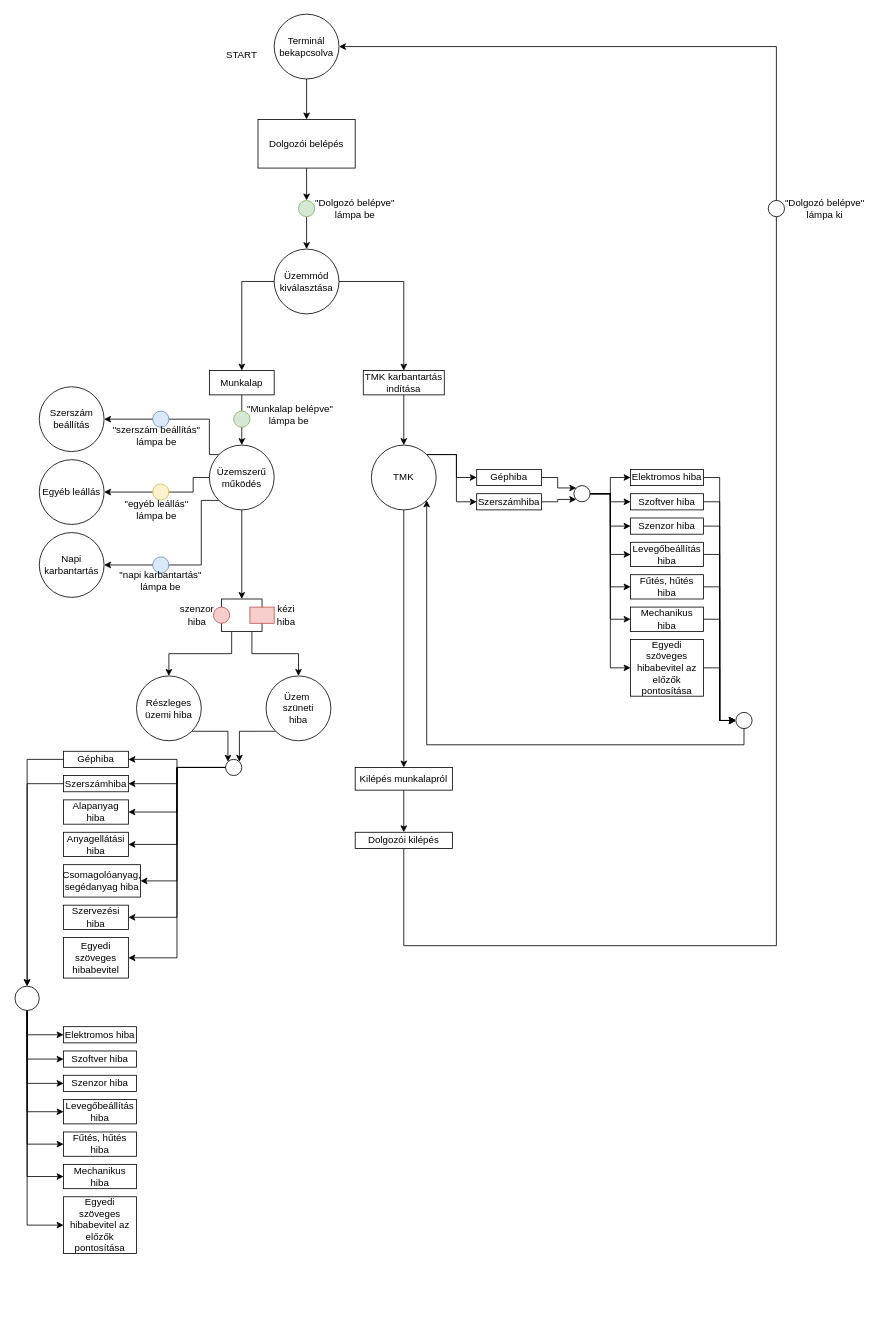
This is mesterminal_flowchart.drawio from KerteszZoltan/mesterminal, a draw.io file, before an edit. Source tidied: cells renumbered, new cells numbered last; positions are measured from the earlier drawing's top-left corner, leaving out a move shared by most shapes. Both pictures are drawn from the tidied source at 81%, with x=0, y=0 at pixel (15, 14).
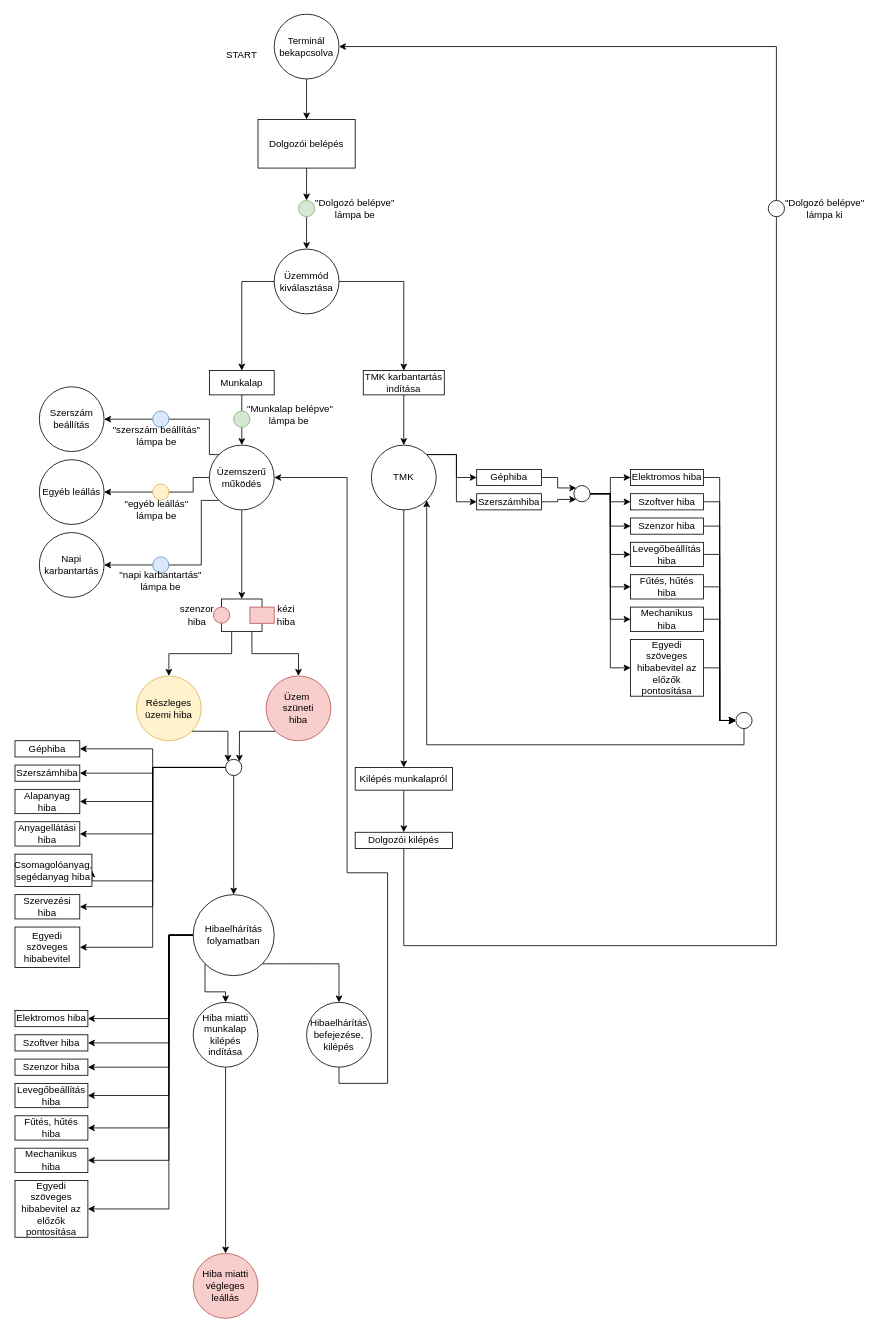
After the change.

Commit message:
error branch finished

Unchanged cells that the change refers to:
```xml
<mxCell id="60" value="Üzemszerű működés" style="ellipse;whiteSpace=wrap;html=1;" parent="1" vertex="1">
  <mxGeometry x="240" y="532" width="80" height="80" as="geometry" />
</mxCell>
<mxCell id="89" style="ellipse;whiteSpace=wrap;html=1;" parent="1" vertex="1">
  <mxGeometry x="260" y="920" width="20" height="20" as="geometry" />
</mxCell>
```

The edit, as a diff of the source:
```diff
@@
-    <mxCell id="79" value="Részleges üzemi&amp;nbsp;hiba" style="ellipse;whiteSpace=wrap;html=1;" parent="1" vertex="1">
+    <mxCell id="79" value="Részleges üzemi&amp;nbsp;hiba" style="ellipse;whiteSpace=wrap;html=1;fillColor=#fff2cc;strokeColor=#d6b656;" parent="1" vertex="1">
       <mxGeometry x="150" y="817" width="80" height="80" as="geometry" />
     </mxCell>
@@
-    <mxCell id="81" value="Üzem&amp;nbsp;&lt;br&gt;szüneti&lt;br&gt;hiba" style="ellipse;whiteSpace=wrap;html=1;" parent="1" vertex="1">
+    <mxCell id="81" value="Üzem&amp;nbsp;&lt;br&gt;szüneti&lt;br&gt;hiba" style="ellipse;whiteSpace=wrap;html=1;fillColor=#f8cecc;strokeColor=#b85450;" parent="1" vertex="1">
       <mxGeometry x="310" y="817" width="80" height="80" as="geometry" />
     </mxCell>
@@
     <mxCell id="86" style="edgeStyle=orthogonalEdgeStyle;rounded=0;jettySize=auto;html=1;exitX=0;exitY=0.5;exitDx=0;exitDy=0;entryX=1;entryY=0.5;entryDx=0;entryDy=0;" parent="1" edge="1" source="89" target="103">
       <mxGeometry relative="1" as="geometry">
         <Array as="points">
-          <mxPoint x="200" y="930" />
-          <mxPoint x="200" y="1070" />
+          <mxPoint x="170" y="930" />
+          <mxPoint x="170" y="1070" />
+          <mxPoint x="95" y="1070" />
         </Array>
       </mxGeometry>
     </mxCell>
@@
+    <mxCell id="114" style="edgeStyle=orthogonalEdgeStyle;rounded=0;jettySize=auto;html=1;exitX=0.5;exitY=1;exitDx=0;exitDy=0;entryX=0.5;entryY=0;entryDx=0;entryDy=0;" parent="1" edge="1" source="89" target="124">
+      <mxGeometry relative="1" as="geometry" />
+    </mxCell>
@@
-    <mxCell id="90" style="edgeStyle=orthogonalEdgeStyle;rounded=0;jettySize=auto;html=1;exitX=0;exitY=0.5;exitDx=0;exitDy=0;entryX=0.5;entryY=0;entryDx=0;entryDy=0;" parent="1" edge="1" source="91" target="113">
-      <mxGeometry relative="1" as="geometry" />
-    </mxCell>
     <mxCell id="91" value="Géphiba" style="rounded=0;whiteSpace=wrap;html=1;" parent="1" vertex="1">
-      <mxGeometry x="60" y="910" width="80" height="20" as="geometry" />
+      <mxGeometry y="897" width="80" height="20" as="geometry" />
     </mxCell>
-    <mxCell id="92" style="edgeStyle=orthogonalEdgeStyle;rounded=0;jettySize=auto;html=1;exitX=0;exitY=0.5;exitDx=0;exitDy=0;entryX=0.5;entryY=0;entryDx=0;entryDy=0;" parent="1" edge="1" source="93" target="113">
-      <mxGeometry relative="1" as="geometry" />
-    </mxCell>
     <mxCell id="93" value="Szerszámhiba" style="rounded=0;whiteSpace=wrap;html=1;" parent="1" vertex="1">
-      <mxGeometry x="60" y="940" width="80" height="20" as="geometry" />
+      <mxGeometry y="927" width="80" height="20" as="geometry" />
     </mxCell>
     <mxCell id="94" value="Elektromos hiba" style="rounded=0;whiteSpace=wrap;html=1;" parent="1" vertex="1">
-      <mxGeometry x="60" y="1250" width="90" height="20" as="geometry" />
+      <mxGeometry y="1230" width="90" height="20" as="geometry" />
     </mxCell>
     <mxCell id="95" value="Levegőbeállítás&lt;br&gt;hiba" style="rounded=0;whiteSpace=wrap;html=1;" parent="1" vertex="1">
-      <mxGeometry x="60" y="1340" width="90" height="30" as="geometry" />
+      <mxGeometry y="1320" width="90" height="30" as="geometry" />
     </mxCell>
     <mxCell id="96" value="Szoftver hiba" style="rounded=0;whiteSpace=wrap;html=1;" parent="1" vertex="1">
-      <mxGeometry x="60" y="1280" width="90" height="20" as="geometry" />
+      <mxGeometry y="1260" width="90" height="20" as="geometry" />
     </mxCell>
     <mxCell id="97" value="Szenzor hiba" style="rounded=0;whiteSpace=wrap;html=1;" parent="1" vertex="1">
-      <mxGeometry x="60" y="1310" width="90" height="20" as="geometry" />
+      <mxGeometry y="1290" width="90" height="20" as="geometry" />
     </mxCell>
     <mxCell id="98" value="Fűtés, hűtés&lt;br&gt;hiba" style="rounded=0;whiteSpace=wrap;html=1;" parent="1" vertex="1">
-      <mxGeometry x="60" y="1380" width="90" height="30" as="geometry" />
+      <mxGeometry y="1360" width="90" height="30" as="geometry" />
     </mxCell>
     <mxCell id="99" value="Mechanikus hiba" style="rounded=0;whiteSpace=wrap;html=1;" parent="1" vertex="1">
-      <mxGeometry x="60" y="1420" width="90" height="30" as="geometry" />
+      <mxGeometry y="1400" width="90" height="30" as="geometry" />
     </mxCell>
     <mxCell id="100" value="Egyedi szöveges hibabevitel az előzők pontosítása" style="rounded=0;whiteSpace=wrap;html=1;" parent="1" vertex="1">
-      <mxGeometry x="60" y="1460" width="90" height="70" as="geometry" />
+      <mxGeometry y="1440" width="90" height="70" as="geometry" />
     </mxCell>
     <mxCell id="101" value="Alapanyag hiba" style="rounded=0;whiteSpace=wrap;html=1;" parent="1" vertex="1">
-      <mxGeometry x="60" y="970" width="80" height="30" as="geometry" />
+      <mxGeometry y="957" width="80" height="30" as="geometry" />
     </mxCell>
     <mxCell id="102" value="Anyagellátási hiba" style="rounded=0;whiteSpace=wrap;html=1;" parent="1" vertex="1">
-      <mxGeometry x="60" y="1010" width="80" height="30" as="geometry" />
+      <mxGeometry y="997" width="80" height="30" as="geometry" />
     </mxCell>
     <mxCell id="103" value="Csomagolóanyag, segédanyag hiba" style="rounded=0;whiteSpace=wrap;html=1;" parent="1" vertex="1">
-      <mxGeometry x="60" y="1050" width="95" height="40" as="geometry" />
+      <mxGeometry y="1037" width="95" height="40" as="geometry" />
     </mxCell>
     <mxCell id="104" value="Szervezési hiba" style="rounded=0;whiteSpace=wrap;html=1;" parent="1" vertex="1">
-      <mxGeometry x="60" y="1100" width="80" height="30" as="geometry" />
+      <mxGeometry y="1087" width="80" height="30" as="geometry" />
     </mxCell>
     <mxCell id="105" value="Egyedi szöveges hibabevitel" style="rounded=0;whiteSpace=wrap;html=1;" parent="1" vertex="1">
-      <mxGeometry x="60" y="1140" width="80" height="50" as="geometry" />
+      <mxGeometry y="1127" width="80" height="50" as="geometry" />
     </mxCell>
-    <mxCell id="106" style="edgeStyle=orthogonalEdgeStyle;rounded=0;jettySize=auto;html=1;exitX=0.5;exitY=1;exitDx=0;exitDy=0;entryX=0;entryY=0.5;entryDx=0;entryDy=0;" parent="1" edge="1" source="113" target="94">
-      <mxGeometry relative="1" as="geometry" />
-    </mxCell>
-    <mxCell id="107" style="edgeStyle=orthogonalEdgeStyle;rounded=0;jettySize=auto;html=1;exitX=0.5;exitY=1;exitDx=0;exitDy=0;entryX=0;entryY=0.5;entryDx=0;entryDy=0;" parent="1" edge="1" source="113" target="96">
-      <mxGeometry relative="1" as="geometry" />
-    </mxCell>
-    <mxCell id="108" style="edgeStyle=orthogonalEdgeStyle;rounded=0;jettySize=auto;html=1;exitX=0.5;exitY=1;exitDx=0;exitDy=0;entryX=0;entryY=0.5;entryDx=0;entryDy=0;" parent="1" edge="1" source="113" target="97">
-      <mxGeometry relative="1" as="geometry" />
-    </mxCell>
-    <mxCell id="109" style="edgeStyle=orthogonalEdgeStyle;rounded=0;jettySize=auto;html=1;exitX=0.5;exitY=1;exitDx=0;exitDy=0;entryX=0;entryY=0.5;entryDx=0;entryDy=0;" parent="1" edge="1" source="113" target="95">
-      <mxGeometry relative="1" as="geometry" />
-    </mxCell>
-    <mxCell id="110" style="edgeStyle=orthogonalEdgeStyle;rounded=0;jettySize=auto;html=1;exitX=0.5;exitY=1;exitDx=0;exitDy=0;entryX=0;entryY=0.5;entryDx=0;entryDy=0;" parent="1" edge="1" source="113" target="98">
-      <mxGeometry relative="1" as="geometry" />
-    </mxCell>
-    <mxCell id="111" style="edgeStyle=orthogonalEdgeStyle;rounded=0;jettySize=auto;html=1;exitX=0.5;exitY=1;exitDx=0;exitDy=0;entryX=0;entryY=0.5;entryDx=0;entryDy=0;" parent="1" edge="1" source="113" target="99">
-      <mxGeometry relative="1" as="geometry" />
-    </mxCell>
-    <mxCell id="112" style="edgeStyle=orthogonalEdgeStyle;rounded=0;jettySize=auto;html=1;exitX=0.5;exitY=1;exitDx=0;exitDy=0;entryX=0;entryY=0.5;entryDx=0;entryDy=0;" parent="1" edge="1" source="113" target="100">
-      <mxGeometry relative="1" as="geometry" />
-    </mxCell>
-    <mxCell id="113" style="ellipse;whiteSpace=wrap;html=1;" parent="1" vertex="1">
-      <mxGeometry y="1200" width="30" height="30" as="geometry" />
-    </mxCell>
+    <mxCell id="115" style="edgeStyle=orthogonalEdgeStyle;rounded=0;jettySize=auto;html=1;exitX=0;exitY=0.5;exitDx=0;exitDy=0;entryX=1;entryY=0.5;entryDx=0;entryDy=0;" parent="1" edge="1" source="124" target="94">
+      <mxGeometry relative="1" as="geometry">
+        <Array as="points">
+          <mxPoint x="190" y="1137" />
+          <mxPoint x="190" y="1240" />
+        </Array>
+      </mxGeometry>
+    </mxCell>
+    <mxCell id="116" style="edgeStyle=orthogonalEdgeStyle;rounded=0;jettySize=auto;html=1;exitX=0;exitY=0.5;exitDx=0;exitDy=0;entryX=1;entryY=0.5;entryDx=0;entryDy=0;" parent="1" edge="1" source="124" target="96">
+      <mxGeometry relative="1" as="geometry">
+        <Array as="points">
+          <mxPoint x="190" y="1137" />
+          <mxPoint x="190" y="1270" />
+        </Array>
+      </mxGeometry>
+    </mxCell>
+    <mxCell id="117" style="edgeStyle=orthogonalEdgeStyle;rounded=0;jettySize=auto;html=1;exitX=0;exitY=0.5;exitDx=0;exitDy=0;entryX=1;entryY=0.5;entryDx=0;entryDy=0;" parent="1" edge="1" source="124" target="97">
+      <mxGeometry relative="1" as="geometry">
+        <Array as="points">
+          <mxPoint x="190" y="1137" />
+          <mxPoint x="190" y="1300" />
+        </Array>
+      </mxGeometry>
+    </mxCell>
+    <mxCell id="118" style="edgeStyle=orthogonalEdgeStyle;rounded=0;jettySize=auto;html=1;exitX=0;exitY=0.5;exitDx=0;exitDy=0;entryX=1;entryY=0.5;entryDx=0;entryDy=0;" parent="1" edge="1" source="124" target="95">
+      <mxGeometry relative="1" as="geometry">
+        <Array as="points">
+          <mxPoint x="190" y="1137" />
+          <mxPoint x="190" y="1335" />
+        </Array>
+      </mxGeometry>
+    </mxCell>
+    <mxCell id="119" style="edgeStyle=orthogonalEdgeStyle;rounded=0;jettySize=auto;html=1;exitX=0;exitY=0.5;exitDx=0;exitDy=0;entryX=1;entryY=0.5;entryDx=0;entryDy=0;" parent="1" edge="1" source="124" target="98">
+      <mxGeometry relative="1" as="geometry">
+        <Array as="points">
+          <mxPoint x="190" y="1137" />
+          <mxPoint x="190" y="1375" />
+        </Array>
+      </mxGeometry>
+    </mxCell>
+    <mxCell id="120" style="edgeStyle=orthogonalEdgeStyle;rounded=0;jettySize=auto;html=1;exitX=0;exitY=0.5;exitDx=0;exitDy=0;entryX=1;entryY=0.5;entryDx=0;entryDy=0;" parent="1" edge="1" source="124" target="99">
+      <mxGeometry relative="1" as="geometry">
+        <Array as="points">
+          <mxPoint x="190" y="1137" />
+          <mxPoint x="190" y="1415" />
+        </Array>
+      </mxGeometry>
+    </mxCell>
+    <mxCell id="121" style="edgeStyle=orthogonalEdgeStyle;rounded=0;jettySize=auto;html=1;exitX=0;exitY=0.5;exitDx=0;exitDy=0;entryX=1;entryY=0.5;entryDx=0;entryDy=0;" parent="1" edge="1" source="124" target="100">
+      <mxGeometry relative="1" as="geometry">
+        <Array as="points">
+          <mxPoint x="190" y="1137" />
+          <mxPoint x="190" y="1475" />
+        </Array>
+      </mxGeometry>
+    </mxCell>
+    <mxCell id="122" style="edgeStyle=orthogonalEdgeStyle;rounded=0;jettySize=auto;html=1;exitX=1;exitY=1;exitDx=0;exitDy=0;entryX=0.5;entryY=0;entryDx=0;entryDy=0;" parent="1" edge="1" source="124" target="126">
+      <mxGeometry relative="1" as="geometry" />
+    </mxCell>
+    <mxCell id="123" style="edgeStyle=orthogonalEdgeStyle;rounded=0;jettySize=auto;html=1;exitX=0;exitY=1;exitDx=0;exitDy=0;entryX=0.5;entryY=0;entryDx=0;entryDy=0;" parent="1" edge="1" source="124" target="128">
+      <mxGeometry relative="1" as="geometry" />
+    </mxCell>
+    <mxCell id="124" value="Hibaelhárítás folyamatban" style="ellipse;whiteSpace=wrap;html=1;" parent="1" vertex="1">
+      <mxGeometry x="220" y="1087" width="100" height="100" as="geometry" />
+    </mxCell>
+    <mxCell id="125" style="edgeStyle=orthogonalEdgeStyle;rounded=0;jettySize=auto;html=1;exitX=0.5;exitY=1;exitDx=0;exitDy=0;entryX=1;entryY=0.5;entryDx=0;entryDy=0;" parent="1" edge="1" source="126" target="60">
+      <mxGeometry relative="1" as="geometry">
+        <Array as="points">
+          <mxPoint x="400" y="1320" />
+          <mxPoint x="460" y="1320" />
+          <mxPoint x="460" y="1060" />
+          <mxPoint x="410" y="1060" />
+          <mxPoint x="410" y="572" />
+        </Array>
+      </mxGeometry>
+    </mxCell>
+    <mxCell id="126" value="Hibaelhárítás befejezése, kilépés" style="ellipse;whiteSpace=wrap;html=1;" parent="1" vertex="1">
+      <mxGeometry x="360" y="1220" width="80" height="80" as="geometry" />
+    </mxCell>
+    <mxCell id="127" style="edgeStyle=orthogonalEdgeStyle;rounded=0;jettySize=auto;html=1;exitX=0.5;exitY=1;exitDx=0;exitDy=0;entryX=0.5;entryY=0;entryDx=0;entryDy=0;" parent="1" edge="1" source="128" target="129">
+      <mxGeometry relative="1" as="geometry" />
+    </mxCell>
+    <mxCell id="128" value="Hiba miatti munkalap kilépés indítása" style="ellipse;whiteSpace=wrap;html=1;" parent="1" vertex="1">
+      <mxGeometry x="220" y="1220" width="80" height="80" as="geometry" />
+    </mxCell>
+    <mxCell id="129" value="Hiba miatti végleges leállás" style="ellipse;whiteSpace=wrap;html=1;fillColor=#f8cecc;strokeColor=#b85450;" parent="1" vertex="1">
+      <mxGeometry x="220" y="1530" width="80" height="80" as="geometry" />
+    </mxCell>
```
